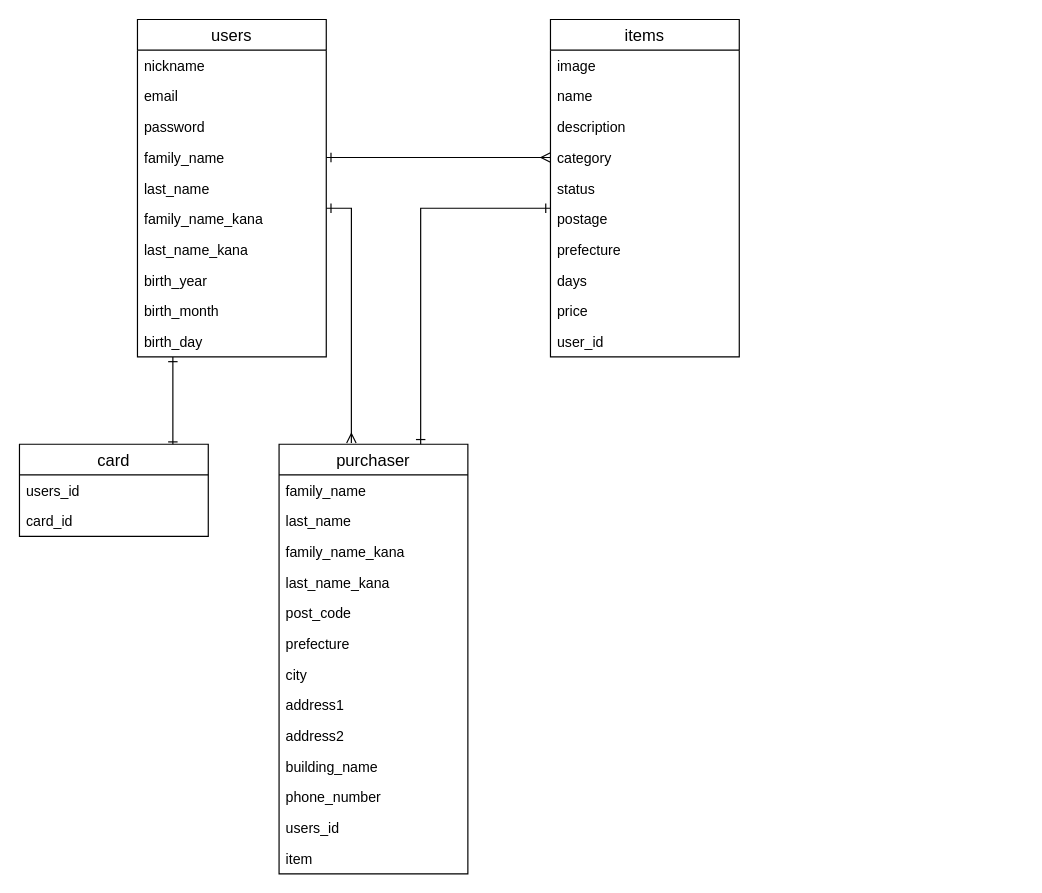
The draw.io diagram furima.dio in kanalemon/furima-31170, before the edit. Source tidied: cells renumbered, new cells numbered last; positions are measured from the earlier drawing's top-left corner, leaving out a move shared by most shapes. Both pictures are drawn from the tidied source at 118%, with x=0, y=0 at pixel (19, 19).
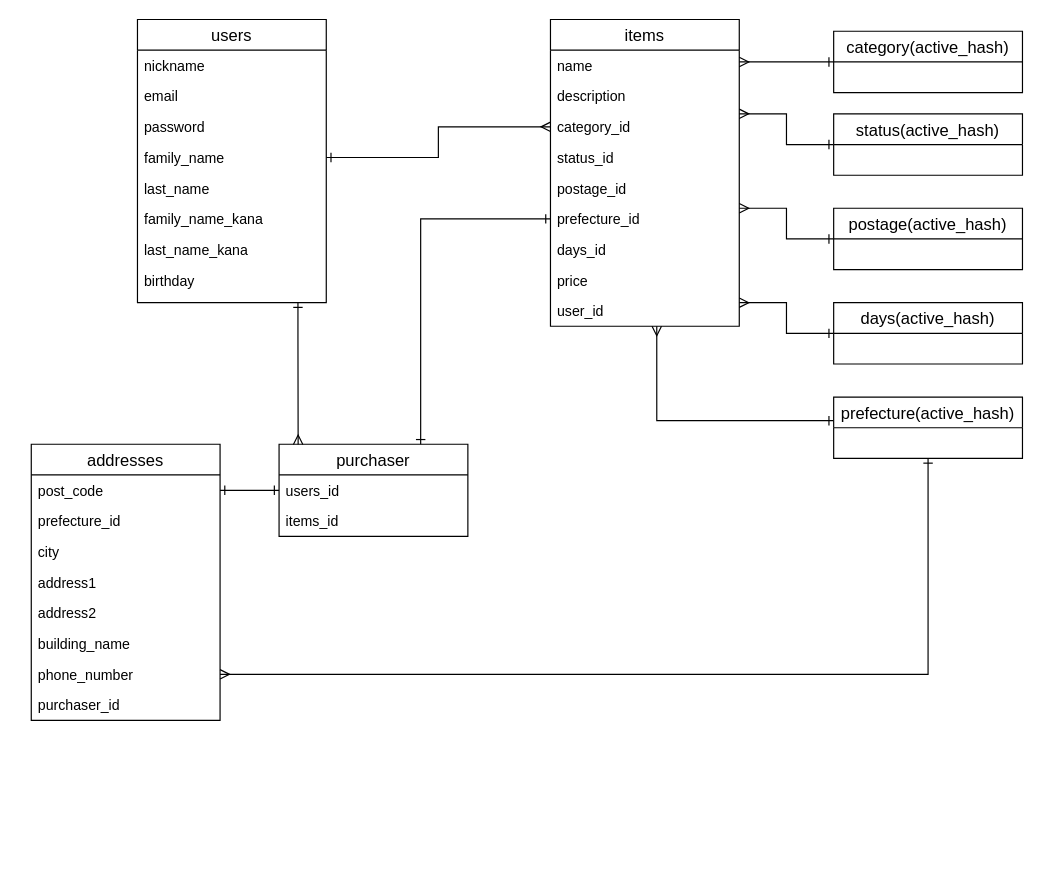
Above is the later version.

Unchanged cells that the change refers to:
```xml
<mxCell id="25" value="family_name_kana" style="text;strokeColor=none;fillColor=none;spacingLeft=4;spacingRight=4;overflow=hidden;points=[[0,0.5],[1,0.5]];portConstraint=eastwest;fontSize=12;" parent="19" vertex="1">
  <mxGeometry y="156" width="160" height="26" as="geometry" />
</mxCell>
```

The edit, as a diff of the source:
```diff
@@
-    <mxCell id="2" value="purchaser" style="swimlane;fontStyle=0;horizontal=1;startSize=26;align=center;fontSize=14;" parent="1" vertex="1">
-      <mxGeometry x="220" y="360" width="160" height="364" as="geometry" />
-    </mxCell>
-    <mxCell id="3" value="family_name" style="text;strokeColor=none;fillColor=none;spacingLeft=4;spacingRight=4;overflow=hidden;fontSize=12;" parent="2" vertex="1">
-      <mxGeometry y="26" width="160" height="26" as="geometry" />
-    </mxCell>
-    <mxCell id="4" value="last_name" style="text;strokeColor=none;fillColor=none;spacingLeft=4;spacingRight=4;overflow=hidden;fontSize=12;" parent="2" vertex="1">
-      <mxGeometry y="52" width="160" height="26" as="geometry" />
-    </mxCell>
-    <mxCell id="5" value="family_name_kana" style="text;strokeColor=none;fillColor=none;spacingLeft=4;spacingRight=4;overflow=hidden;fontSize=12;" parent="2" vertex="1">
-      <mxGeometry y="78" width="160" height="26" as="geometry" />
-    </mxCell>
-    <mxCell id="6" value="last_name_kana" style="text;strokeColor=none;fillColor=none;spacingLeft=4;spacingRight=4;overflow=hidden;fontSize=12;" parent="2" vertex="1">
-      <mxGeometry y="104" width="160" height="26" as="geometry" />
-    </mxCell>
-    <mxCell id="7" value="post_code" style="text;strokeColor=none;fillColor=none;spacingLeft=4;spacingRight=4;overflow=hidden;points=[[0,0.5],[1,0.5]];portConstraint=eastwest;fontSize=12;" parent="2" vertex="1">
-      <mxGeometry y="130" width="160" height="26" as="geometry" />
-    </mxCell>
-    <mxCell id="8" value="prefecture" style="text;strokeColor=none;fillColor=none;spacingLeft=4;spacingRight=4;overflow=hidden;fontSize=12;" parent="2" vertex="1">
-      <mxGeometry y="156" width="160" height="26" as="geometry" />
-    </mxCell>
-    <mxCell id="9" value="city" style="text;strokeColor=none;fillColor=none;spacingLeft=4;spacingRight=4;overflow=hidden;fontSize=12;" parent="2" vertex="1">
-      <mxGeometry y="182" width="160" height="26" as="geometry" />
-    </mxCell>
-    <mxCell id="10" value="address1" style="text;strokeColor=none;fillColor=none;spacingLeft=4;spacingRight=4;overflow=hidden;fontSize=12;" parent="2" vertex="1">
-      <mxGeometry y="208" width="160" height="26" as="geometry" />
-    </mxCell>
-    <mxCell id="11" value="address2" style="text;strokeColor=none;fillColor=none;spacingLeft=4;spacingRight=4;overflow=hidden;fontSize=12;" parent="2" vertex="1">
-      <mxGeometry y="234" width="160" height="26" as="geometry" />
-    </mxCell>
-    <mxCell id="12" value="building_name" style="text;strokeColor=none;fillColor=none;spacingLeft=4;spacingRight=4;overflow=hidden;fontSize=12;" parent="2" vertex="1">
-      <mxGeometry y="260" width="160" height="26" as="geometry" />
-    </mxCell>
-    <mxCell id="13" value="phone_number" style="text;strokeColor=none;fillColor=none;spacingLeft=4;spacingRight=4;overflow=hidden;points=[[0,0.5],[1,0.5]];portConstraint=eastwest;fontSize=12;" parent="2" vertex="1">
-      <mxGeometry y="286" width="160" height="26" as="geometry" />
-    </mxCell>
-    <mxCell id="14" value="users_id" style="text;strokeColor=none;fillColor=none;spacingLeft=4;spacingRight=4;overflow=hidden;fontSize=12;" parent="2" vertex="1">
-      <mxGeometry y="312" width="160" height="26" as="geometry" />
-    </mxCell>
-    <mxCell id="15" value="item" style="text;strokeColor=none;fillColor=none;spacingLeft=4;spacingRight=4;overflow=hidden;fontSize=12;" parent="2" vertex="1">
-      <mxGeometry y="338" width="160" height="26" as="geometry" />
-    </mxCell>
@@
-    <mxCell id="17" style="endArrow=ERone;html=1;endFill=0;startArrow=ERone;startFill=0;" parent="1" edge="1">
-      <mxGeometry relative="1" as="geometry">
-        <mxPoint x="130" y="286" as="sourcePoint" />
-        <mxPoint x="130" y="362" as="targetPoint" />
-      </mxGeometry>
-    </mxCell>
-    <mxCell id="18" style="edgeStyle=orthogonalEdgeStyle;rounded=0;jettySize=auto;html=1;entryX=0.383;entryY=-0.003;entryDx=0;entryDy=0;entryPerimeter=0;startArrow=ERone;startFill=0;endArrow=ERmany;endFill=0;" parent="1" edge="1" source="25" target="2">
-      <mxGeometry relative="1" as="geometry">
-        <Array as="points">
-          <mxPoint x="281" y="160" />
-        </Array>
-      </mxGeometry>
-    </mxCell>
     <mxCell id="19" value="users" style="swimlane;fontStyle=0;horizontal=1;startSize=26;align=center;fontSize=14;" parent="1" vertex="1">
-      <mxGeometry x="100" width="160" height="286" as="geometry" />
+      <mxGeometry x="100" width="160" height="240" as="geometry" />
     </mxCell>
@@
-    <mxCell id="27" value="birth_year" style="text;strokeColor=none;fillColor=none;spacingLeft=4;spacingRight=4;overflow=hidden;points=[[0,0.5],[1,0.5]];portConstraint=eastwest;fontSize=12;" parent="19" vertex="1">
-      <mxGeometry y="208" width="160" height="26" as="geometry" />
+    <mxCell id="27" value="birthday" style="text;strokeColor=none;fillColor=none;spacingLeft=4;spacingRight=4;overflow=hidden;points=[[0,0.5],[1,0.5]];portConstraint=eastwest;fontSize=12;" parent="19" vertex="1">
+      <mxGeometry y="208" width="160" height="32" as="geometry" />
     </mxCell>
-    <mxCell id="28" value="birth_month" style="text;strokeColor=none;fillColor=none;spacingLeft=4;spacingRight=4;overflow=hidden;fontSize=12;" parent="19" vertex="1">
-      <mxGeometry y="234" width="160" height="26" as="geometry" />
-    </mxCell>
-    <mxCell id="29" value="birth_day" style="text;strokeColor=none;fillColor=none;spacingLeft=4;spacingRight=4;overflow=hidden;fontSize=12;" parent="19" vertex="1">
-      <mxGeometry y="260" width="160" height="26" as="geometry" />
-    </mxCell>
     <mxCell id="30" value="items" style="swimlane;fontStyle=0;horizontal=1;startSize=26;align=center;fontSize=14;" parent="1" vertex="1">
-      <mxGeometry x="450" width="160" height="286" as="geometry" />
+      <mxGeometry x="450" width="160" height="260" as="geometry" />
     </mxCell>
-    <mxCell id="31" value="image" style="text;strokeColor=none;fillColor=none;spacingLeft=4;spacingRight=4;overflow=hidden;fontSize=12;" parent="30" vertex="1">
-      <mxGeometry y="26" width="160" height="26" as="geometry" />
-    </mxCell>
     <mxCell id="32" value="name" style="text;strokeColor=none;fillColor=none;spacingLeft=4;spacingRight=4;overflow=hidden;fontSize=12;" parent="30" vertex="1">
-      <mxGeometry y="52" width="160" height="26" as="geometry" />
+      <mxGeometry y="26" width="160" height="26" as="geometry" />
     </mxCell>
     <mxCell id="33" value="description" style="text;strokeColor=none;fillColor=none;spacingLeft=4;spacingRight=4;overflow=hidden;fontSize=12;" parent="30" vertex="1">
-      <mxGeometry y="78" width="160" height="26" as="geometry" />
+      <mxGeometry y="52" width="160" height="26" as="geometry" />
     </mxCell>
-    <mxCell id="34" value="category" style="text;strokeColor=none;fillColor=none;spacingLeft=4;spacingRight=4;overflow=hidden;points=[[0,0.5],[1,0.5]];portConstraint=eastwest;fontSize=12;" parent="30" vertex="1">
-      <mxGeometry y="104" width="160" height="26" as="geometry" />
+    <mxCell id="34" value="category_id" style="text;strokeColor=none;fillColor=none;spacingLeft=4;spacingRight=4;overflow=hidden;points=[[0,0.5],[1,0.5]];portConstraint=eastwest;fontSize=12;" parent="30" vertex="1">
+      <mxGeometry y="78" width="160" height="26" as="geometry" />
     </mxCell>
-    <mxCell id="35" value="status" style="text;strokeColor=none;fillColor=none;spacingLeft=4;spacingRight=4;overflow=hidden;fontSize=12;" parent="30" vertex="1">
-      <mxGeometry y="130" width="160" height="26" as="geometry" />
+    <mxCell id="35" value="status_id" style="text;strokeColor=none;fillColor=none;spacingLeft=4;spacingRight=4;overflow=hidden;fontSize=12;" parent="30" vertex="1">
+      <mxGeometry y="104" width="160" height="26" as="geometry" />
     </mxCell>
-    <mxCell id="36" value="postage" style="text;strokeColor=none;fillColor=none;spacingLeft=4;spacingRight=4;overflow=hidden;points=[[0,0.5],[1,0.5]];portConstraint=eastwest;fontSize=12;" parent="30" vertex="1">
-      <mxGeometry y="156" width="160" height="26" as="geometry" />
+    <mxCell id="36" value="postage_id" style="text;strokeColor=none;fillColor=none;spacingLeft=4;spacingRight=4;overflow=hidden;points=[[0,0.5],[1,0.5]];portConstraint=eastwest;fontSize=12;" parent="30" vertex="1">
+      <mxGeometry y="130" width="160" height="26" as="geometry" />
     </mxCell>
-    <mxCell id="37" value="prefecture" style="text;strokeColor=none;fillColor=none;spacingLeft=4;spacingRight=4;overflow=hidden;points=[[0,0.5],[1,0.5]];portConstraint=eastwest;fontSize=12;" parent="30" vertex="1">
-      <mxGeometry y="182" width="160" height="26" as="geometry" />
+    <mxCell id="37" value="prefecture_id" style="text;strokeColor=none;fillColor=none;spacingLeft=4;spacingRight=4;overflow=hidden;points=[[0,0.5],[1,0.5]];portConstraint=eastwest;fontSize=12;" parent="30" vertex="1">
+      <mxGeometry y="156" width="160" height="26" as="geometry" />
     </mxCell>
-    <mxCell id="38" value="days" style="text;strokeColor=none;fillColor=none;spacingLeft=4;spacingRight=4;overflow=hidden;fontSize=12;" parent="30" vertex="1">
-      <mxGeometry y="208" width="160" height="26" as="geometry" />
+    <mxCell id="38" value="days_id" style="text;strokeColor=none;fillColor=none;spacingLeft=4;spacingRight=4;overflow=hidden;fontSize=12;" parent="30" vertex="1">
+      <mxGeometry y="182" width="160" height="26" as="geometry" />
     </mxCell>
     <mxCell id="39" value="price" style="text;strokeColor=none;fillColor=none;spacingLeft=4;spacingRight=4;overflow=hidden;fontSize=12;" parent="30" vertex="1">
-      <mxGeometry y="234" width="160" height="26" as="geometry" />
+      <mxGeometry y="208" width="160" height="26" as="geometry" />
     </mxCell>
     <mxCell id="40" value="user_id" style="text;strokeColor=none;fillColor=none;spacingLeft=4;spacingRight=4;overflow=hidden;points=[[0,0.5],[1,0.5]];portConstraint=eastwest;fontSize=12;" parent="30" vertex="1">
-      <mxGeometry y="260" width="160" height="26" as="geometry" />
+      <mxGeometry y="234" width="160" height="26" as="geometry" />
     </mxCell>
+    <mxCell id="45" style="edgeStyle=orthogonalEdgeStyle;rounded=0;jettySize=auto;html=1;startArrow=ERone;startFill=0;endArrow=ERone;endFill=0;entryX=1;entryY=0.5;entryDx=0;entryDy=0;" parent="1" edge="1" source="41" target="7">
+      <mxGeometry relative="1" as="geometry" />
+    </mxCell>
+    <mxCell id="2" value="addresses" style="swimlane;fontStyle=0;horizontal=1;startSize=26;align=center;fontSize=14;" parent="1" vertex="1">
+      <mxGeometry x="10" y="360" width="160" height="234" as="geometry" />
+    </mxCell>
+    <mxCell id="7" value="post_code" style="text;strokeColor=none;fillColor=none;spacingLeft=4;spacingRight=4;overflow=hidden;points=[[0,0.5],[1,0.5]];portConstraint=eastwest;fontSize=12;" parent="2" vertex="1">
+      <mxGeometry y="26" width="160" height="26" as="geometry" />
+    </mxCell>
+    <mxCell id="8" value="prefecture_id" style="text;strokeColor=none;fillColor=none;spacingLeft=4;spacingRight=4;overflow=hidden;fontSize=12;" parent="2" vertex="1">
+      <mxGeometry y="52" width="160" height="26" as="geometry" />
+    </mxCell>
+    <mxCell id="9" value="city" style="text;strokeColor=none;fillColor=none;spacingLeft=4;spacingRight=4;overflow=hidden;fontSize=12;" parent="2" vertex="1">
+      <mxGeometry y="78" width="160" height="26" as="geometry" />
+    </mxCell>
+    <mxCell id="10" value="address1" style="text;strokeColor=none;fillColor=none;spacingLeft=4;spacingRight=4;overflow=hidden;fontSize=12;" parent="2" vertex="1">
+      <mxGeometry y="104" width="160" height="26" as="geometry" />
+    </mxCell>
+    <mxCell id="11" value="address2" style="text;strokeColor=none;fillColor=none;spacingLeft=4;spacingRight=4;overflow=hidden;fontSize=12;" parent="2" vertex="1">
+      <mxGeometry y="130" width="160" height="26" as="geometry" />
+    </mxCell>
+    <mxCell id="12" value="building_name" style="text;strokeColor=none;fillColor=none;spacingLeft=4;spacingRight=4;overflow=hidden;fontSize=12;" parent="2" vertex="1">
+      <mxGeometry y="156" width="160" height="26" as="geometry" />
+    </mxCell>
+    <mxCell id="13" value="phone_number" style="text;strokeColor=none;fillColor=none;spacingLeft=4;spacingRight=4;overflow=hidden;points=[[0,0.5],[1,0.5]];portConstraint=eastwest;fontSize=12;" parent="2" vertex="1">
+      <mxGeometry y="182" width="160" height="26" as="geometry" />
+    </mxCell>
+    <mxCell id="15" value="purchaser_id" style="text;strokeColor=none;fillColor=none;spacingLeft=4;spacingRight=4;overflow=hidden;fontSize=12;" parent="2" vertex="1">
+      <mxGeometry y="208" width="160" height="26" as="geometry" />
+    </mxCell>
-    <mxCell id="41" value="card" style="swimlane;fontStyle=0;horizontal=1;startSize=26;align=center;fontSize=14;" parent="1" vertex="1">
-      <mxGeometry y="360" width="160" height="78" as="geometry" />
+    <mxCell id="41" value="purchaser" style="swimlane;fontStyle=0;horizontal=1;startSize=26;align=center;fontSize=14;" parent="1" vertex="1">
+      <mxGeometry x="220" y="360" width="160" height="78" as="geometry" />
     </mxCell>
@@
-    <mxCell id="43" value="card_id" style="text;strokeColor=none;fillColor=none;spacingLeft=4;spacingRight=4;overflow=hidden;fontSize=12;" parent="41" vertex="1">
+    <mxCell id="43" value="items_id" style="text;strokeColor=none;fillColor=none;spacingLeft=4;spacingRight=4;overflow=hidden;fontSize=12;" parent="41" vertex="1">
       <mxGeometry y="52" width="160" height="26" as="geometry" />
     </mxCell>
-    <mxCell id="44" style="edgeStyle=orthogonalEdgeStyle;rounded=0;jettySize=auto;html=1;entryX=0.75;entryY=0;entryDx=0;entryDy=0;startArrow=ERone;startFill=0;endArrow=ERone;endFill=0;" parent="1" edge="1" source="36" target="2">
-      <mxGeometry relative="1" as="geometry">
-        <Array as="points">
-          <mxPoint x="340" y="160" />
-        </Array>
-      </mxGeometry>
-    </mxCell>
+    <mxCell id="46" style="edgeStyle=orthogonalEdgeStyle;rounded=0;jettySize=auto;html=1;entryX=0.101;entryY=0.003;entryDx=0;entryDy=0;entryPerimeter=0;startArrow=ERone;startFill=0;endArrow=ERmany;endFill=0;" parent="1" edge="1" source="27" target="41">
+      <mxGeometry relative="1" as="geometry">
+        <Array as="points">
+          <mxPoint x="236" y="270" />
+          <mxPoint x="236" y="270" />
+        </Array>
+      </mxGeometry>
+    </mxCell>
+    <mxCell id="47" style="edgeStyle=orthogonalEdgeStyle;rounded=0;jettySize=auto;html=1;entryX=0.75;entryY=0;entryDx=0;entryDy=0;startArrow=ERone;startFill=0;endArrow=ERone;endFill=0;" parent="1" edge="1" source="37" target="41">
+      <mxGeometry relative="1" as="geometry" />
+    </mxCell>
+    <mxCell id="48" style="edgeStyle=orthogonalEdgeStyle;rounded=0;jettySize=auto;html=1;startArrow=ERone;startFill=0;endArrow=ERmany;endFill=0;" parent="1" edge="1" source="49">
+      <mxGeometry relative="1" as="geometry">
+        <mxPoint x="610" y="36" as="targetPoint" />
+      </mxGeometry>
+    </mxCell>
+    <mxCell id="49" value="category(active_hash)" style="swimlane;fontStyle=0;horizontal=1;startSize=26;align=center;fontSize=14;" parent="1" vertex="1">
+      <mxGeometry x="690" y="10" width="160" height="52" as="geometry" />
+    </mxCell>
+    <mxCell id="50" style="edgeStyle=orthogonalEdgeStyle;rounded=0;jettySize=auto;html=1;entryX=1;entryY=0.077;entryDx=0;entryDy=0;entryPerimeter=0;startArrow=ERone;startFill=0;endArrow=ERmany;endFill=0;" parent="1" edge="1" source="51" target="34">
+      <mxGeometry relative="1" as="geometry" />
+    </mxCell>
+    <mxCell id="51" value="status(active_hash)" style="swimlane;fontStyle=0;horizontal=1;startSize=26;align=center;fontSize=14;" parent="1" vertex="1">
+      <mxGeometry x="690" y="80" width="160" height="52" as="geometry" />
+    </mxCell>
+    <mxCell id="52" style="edgeStyle=orthogonalEdgeStyle;rounded=0;jettySize=auto;html=1;entryX=1;entryY=0.154;entryDx=0;entryDy=0;entryPerimeter=0;startArrow=ERone;startFill=0;endArrow=ERmany;endFill=0;" parent="1" edge="1" source="53" target="37">
+      <mxGeometry relative="1" as="geometry" />
+    </mxCell>
+    <mxCell id="53" value="postage(active_hash)" style="swimlane;fontStyle=0;horizontal=1;startSize=26;align=center;fontSize=14;" parent="1" vertex="1">
+      <mxGeometry x="690" y="160" width="160" height="52" as="geometry" />
+    </mxCell>
+    <mxCell id="54" style="edgeStyle=orthogonalEdgeStyle;rounded=0;jettySize=auto;html=1;entryX=1;entryY=0.231;entryDx=0;entryDy=0;entryPerimeter=0;startArrow=ERone;startFill=0;endArrow=ERmany;endFill=0;" parent="1" edge="1" source="55" target="40">
+      <mxGeometry relative="1" as="geometry" />
+    </mxCell>
+    <mxCell id="55" value="days(active_hash)" style="swimlane;fontStyle=0;horizontal=1;startSize=26;align=center;fontSize=14;" parent="1" vertex="1">
+      <mxGeometry x="690" y="240" width="160" height="52" as="geometry" />
+    </mxCell>
+    <mxCell id="56" style="edgeStyle=orthogonalEdgeStyle;rounded=0;jettySize=auto;html=1;startArrow=ERone;startFill=0;endArrow=ERmany;endFill=0;entryX=0.563;entryY=1;entryDx=0;entryDy=0;entryPerimeter=0;" parent="1" edge="1" source="58" target="40">
+      <mxGeometry relative="1" as="geometry">
+        <Array as="points">
+          <mxPoint x="540" y="340" />
+        </Array>
+      </mxGeometry>
+    </mxCell>
+    <mxCell id="57" style="edgeStyle=orthogonalEdgeStyle;rounded=0;jettySize=auto;html=1;startArrow=ERone;startFill=0;endArrow=ERmany;endFill=0;entryX=1;entryY=0.5;entryDx=0;entryDy=0;" parent="1" edge="1" source="58" target="13">
+      <mxGeometry relative="1" as="geometry" />
+    </mxCell>
+    <mxCell id="58" value="prefecture(active_hash)" style="swimlane;fontStyle=0;horizontal=1;startSize=26;align=center;fontSize=14;" parent="1" vertex="1">
+      <mxGeometry x="690" y="320" width="160" height="52" as="geometry" />
+    </mxCell>
```
